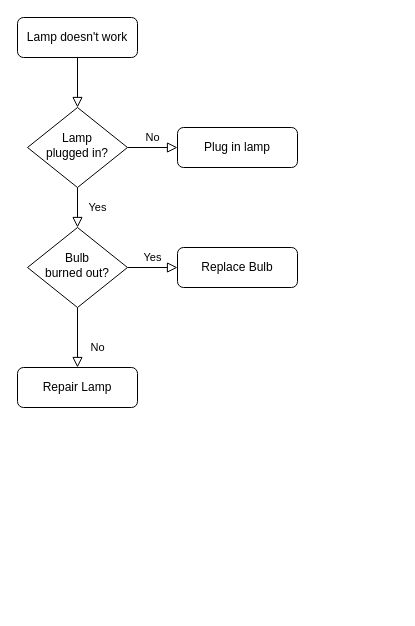
The draw.io diagram Diagrama sem nome.drawio in Helenyukari/BootCamp-Analise-de-Dados-com-Power-BI, before the edit. Source tidied: cells renumbered, new cells numbered last; positions are measured from the earlier drawing's top-left corner, leaving out a move shared by most shapes. Both pictures are drawn from the tidied source at 100%, with x=0, y=0 at pixel (17, 17).
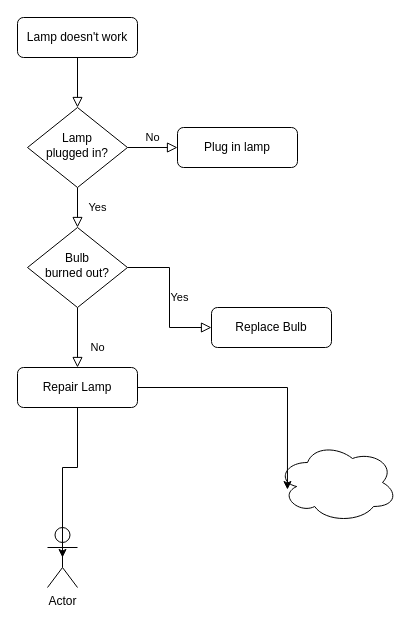
After the change.

What changed in the source:
```diff
@@
 <mxGraphModel>
   <root>
     <mxCell id="0" />
     <mxCell id="1" parent="0" />
     <mxCell id="2" style="rounded=0;html=1;jettySize=auto;fontSize=11;endArrow=block;endFill=0;endSize=8;strokeWidth=1;shadow=0;labelBackgroundColor=none;edgeStyle=orthogonalEdgeStyle;" parent="1" edge="1" source="3" target="6">
       <mxGeometry relative="1" as="geometry" />
     </mxCell>
     <mxCell id="3" value="Lamp doesn't work" style="rounded=1;whiteSpace=wrap;html=1;fontSize=12;glass=0;strokeWidth=1;shadow=0;" parent="1" vertex="1">
       <mxGeometry width="120" height="40" as="geometry" />
     </mxCell>
     <mxCell id="4" value="Yes" style="rounded=0;html=1;jettySize=auto;fontSize=11;endArrow=block;endFill=0;endSize=8;strokeWidth=1;shadow=0;labelBackgroundColor=none;edgeStyle=orthogonalEdgeStyle;" parent="1" edge="1" source="6" target="10">
       <mxGeometry y="20" relative="1" as="geometry" />
     </mxCell>
     <mxCell id="5" value="No" style="edgeStyle=orthogonalEdgeStyle;rounded=0;html=1;jettySize=auto;fontSize=11;endArrow=block;endFill=0;endSize=8;strokeWidth=1;shadow=0;labelBackgroundColor=none;" parent="1" edge="1" source="6" target="7">
       <mxGeometry y="10" relative="1" as="geometry" />
     </mxCell>
     <mxCell id="6" value="Lamp&lt;br&gt;plugged in?" style="rhombus;whiteSpace=wrap;html=1;shadow=0;fontFamily=Helvetica;fontSize=12;align=center;strokeWidth=1;spacing=6;spacingTop=-4;" parent="1" vertex="1">
       <mxGeometry x="10" y="90" width="100" height="80" as="geometry" />
     </mxCell>
     <mxCell id="7" value="Plug in lamp" style="rounded=1;whiteSpace=wrap;html=1;fontSize=12;glass=0;strokeWidth=1;shadow=0;" parent="1" vertex="1">
       <mxGeometry x="160" y="110" width="120" height="40" as="geometry" />
     </mxCell>
     <mxCell id="8" value="No" style="rounded=0;html=1;jettySize=auto;fontSize=11;endArrow=block;endFill=0;endSize=8;strokeWidth=1;shadow=0;labelBackgroundColor=none;edgeStyle=orthogonalEdgeStyle;" parent="1" edge="1" source="10" target="11">
       <mxGeometry x="0.33" y="20" relative="1" as="geometry" />
     </mxCell>
     <mxCell id="9" value="Yes" style="edgeStyle=orthogonalEdgeStyle;rounded=0;html=1;jettySize=auto;fontSize=11;endArrow=block;endFill=0;endSize=8;strokeWidth=1;shadow=0;labelBackgroundColor=none;" parent="1" edge="1" source="10" target="12">
       <mxGeometry y="10" relative="1" as="geometry" />
     </mxCell>
     <mxCell id="10" value="Bulb&lt;br&gt;burned out?" style="rhombus;whiteSpace=wrap;html=1;shadow=0;fontFamily=Helvetica;fontSize=12;align=center;strokeWidth=1;spacing=6;spacingTop=-4;" parent="1" vertex="1">
       <mxGeometry x="10" y="210" width="100" height="80" as="geometry" />
     </mxCell>
     <mxCell id="11" value="Repair Lamp" style="rounded=1;whiteSpace=wrap;html=1;fontSize=12;glass=0;strokeWidth=1;shadow=0;" parent="1" vertex="1">
       <mxGeometry y="350" width="120" height="40" as="geometry" />
     </mxCell>
     <mxCell id="12" value="Replace Bulb" style="rounded=1;whiteSpace=wrap;html=1;fontSize=12;glass=0;strokeWidth=1;shadow=0;" parent="1" vertex="1">
-      <mxGeometry x="160" y="230" width="120" height="40" as="geometry" />
+      <mxGeometry x="194" y="290" width="120" height="40" as="geometry" />
     </mxCell>
+    <mxCell id="13" style="ellipse;shape=cloud;whiteSpace=wrap;html=1;" parent="1" vertex="1">
+      <mxGeometry x="260" y="425" width="120" height="80" as="geometry" />
+    </mxCell>
+    <mxCell id="14" style="edgeStyle=orthogonalEdgeStyle;rounded=0;jettySize=auto;html=1;entryX=0.083;entryY=0.588;entryDx=0;entryDy=0;entryPerimeter=0;" parent="1" edge="1" source="11" target="13">
+      <mxGeometry relative="1" as="geometry" />
+    </mxCell>
+    <mxCell id="15" value="Actor" style="shape=umlActor;verticalLabelPosition=bottom;verticalAlign=top;html=1;outlineConnect=0;" parent="1" vertex="1">
+      <mxGeometry x="30" y="510" width="30" height="60" as="geometry" />
+    </mxCell>
+    <mxCell id="16" style="edgeStyle=orthogonalEdgeStyle;rounded=0;jettySize=auto;html=1;entryX=0.5;entryY=0.5;entryDx=0;entryDy=0;entryPerimeter=0;" parent="1" edge="1" source="11" target="15">
+      <mxGeometry relative="1" as="geometry" />
+    </mxCell>
   </root>
 </mxGraphModel>
```
